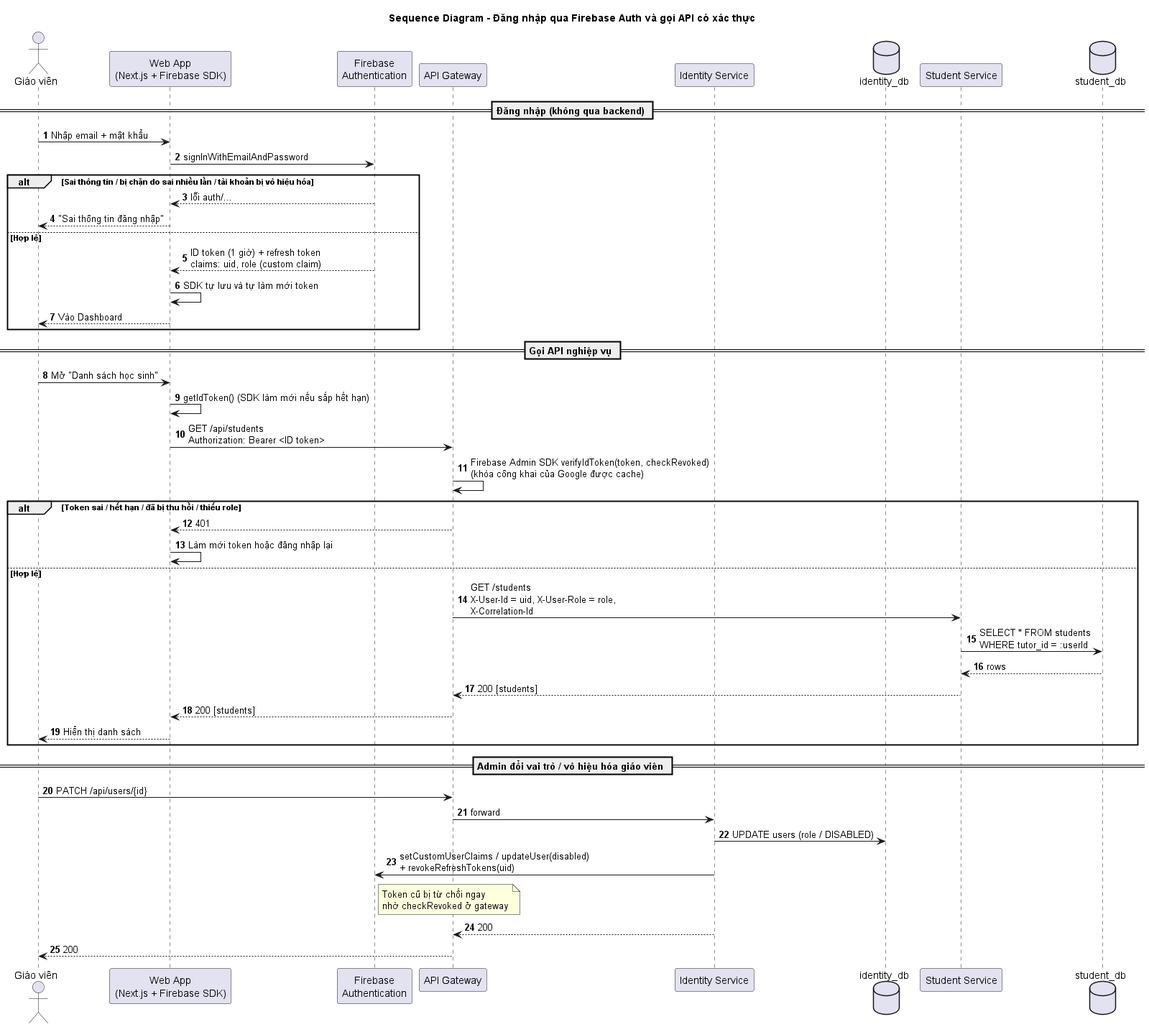
This is docs/diagrams/out/06-sequence-login.png from thuanbui-1203/private-tutor-management-system, a PlantUML export, as it was before one commit.
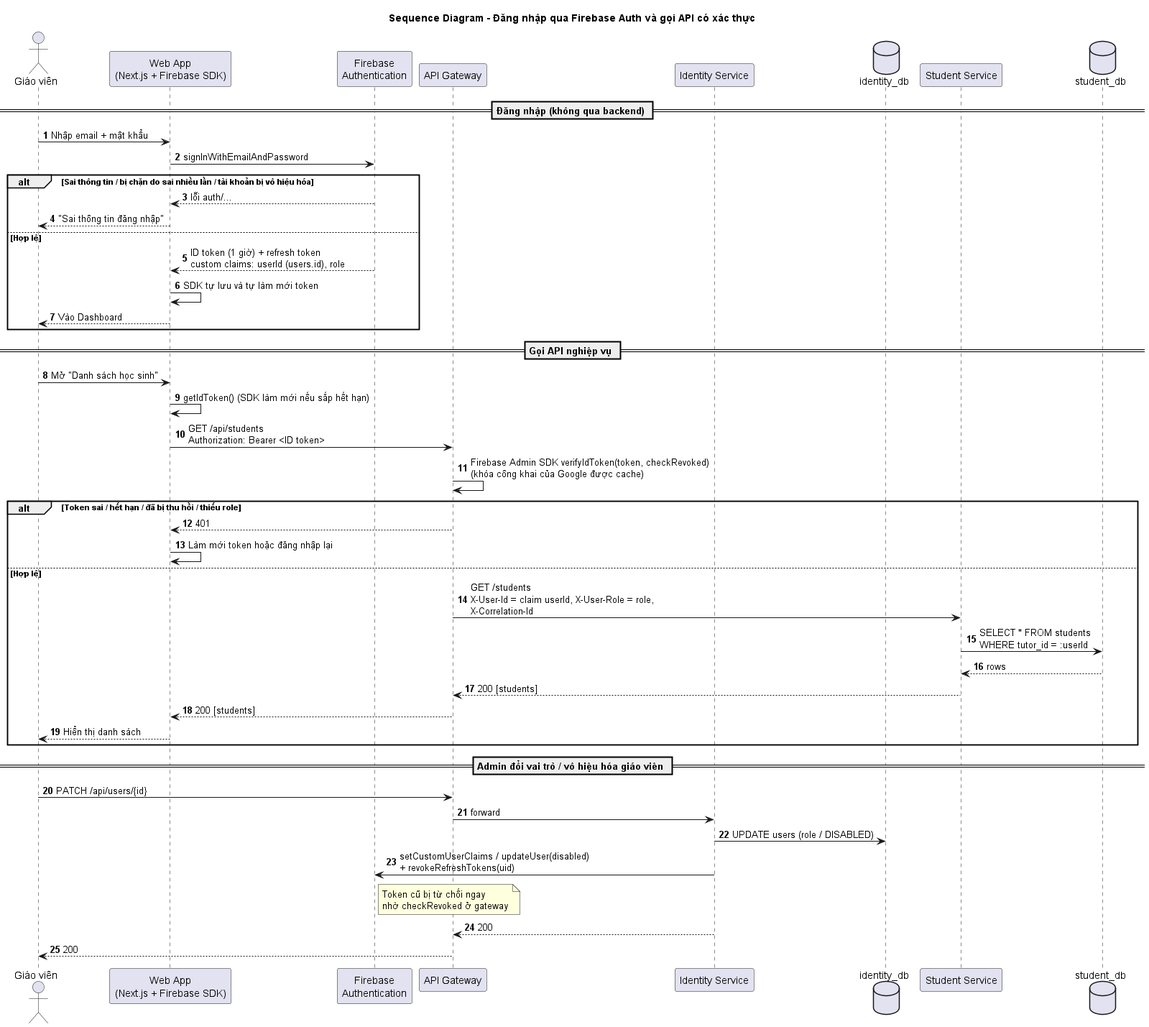
After the change.

The edit, as a diff of the source:
```diff
@@ -19,7 +19,7 @@
   FB --> Web : lỗi auth/...
   Web --> U : "Sai thông tin đăng nhập"
 else Hợp lệ
-  FB --> Web : ID token (1 giờ) + refresh token\nclaims: uid, role (custom claim)
+  FB --> Web : ID token (1 giờ) + refresh token\ncustom claims: userId (users.id), role
   Web -> Web : SDK tự lưu và tự làm mới token
   Web --> U : Vào Dashboard
 end
@@ -33,7 +33,7 @@
   GW --> Web : 401
   Web -> Web : Làm mới token hoặc đăng nhập lại
 else Hợp lệ
-  GW -> St : GET /students\nX-User-Id = uid, X-User-Role = role,\nX-Correlation-Id
+  GW -> St : GET /students\nX-User-Id = claim userId, X-User-Role = role,\nX-Correlation-Id
   St -> StDB : SELECT * FROM students\nWHERE tutor_id = :userId
   StDB --> St : rows
   St --> GW : 200 [students]
```
